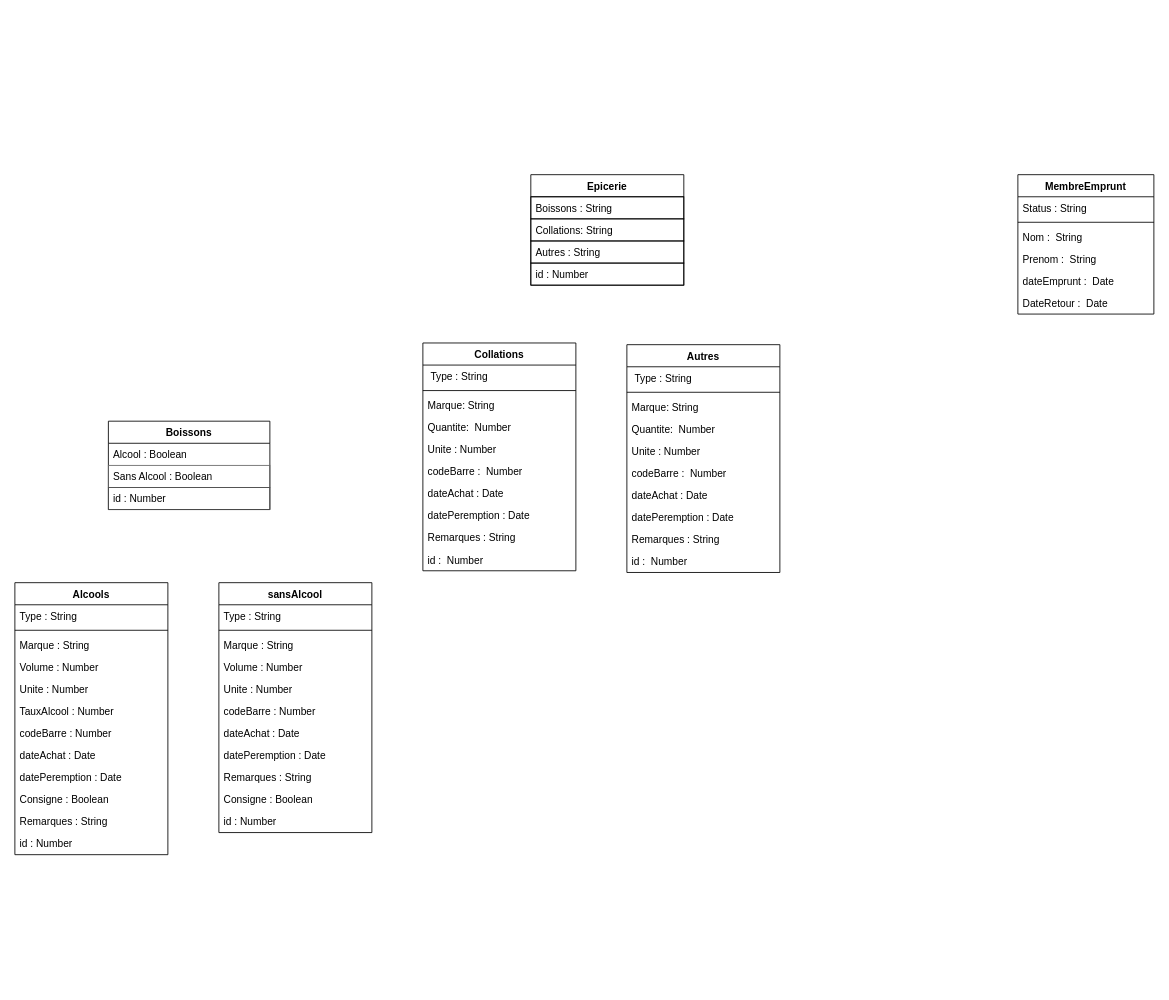
The draw.io diagram Untitled Diagram.drawio in Thomas088/db-inventory-lghs, before the edit. Source tidied: cells renumbered, new cells numbered last; positions are measured from the earlier drawing's top-left corner, leaving out a move shared by most shapes. Both pictures are drawn from the tidied source at 85%, with x=0, y=0 at pixel (14, 174).
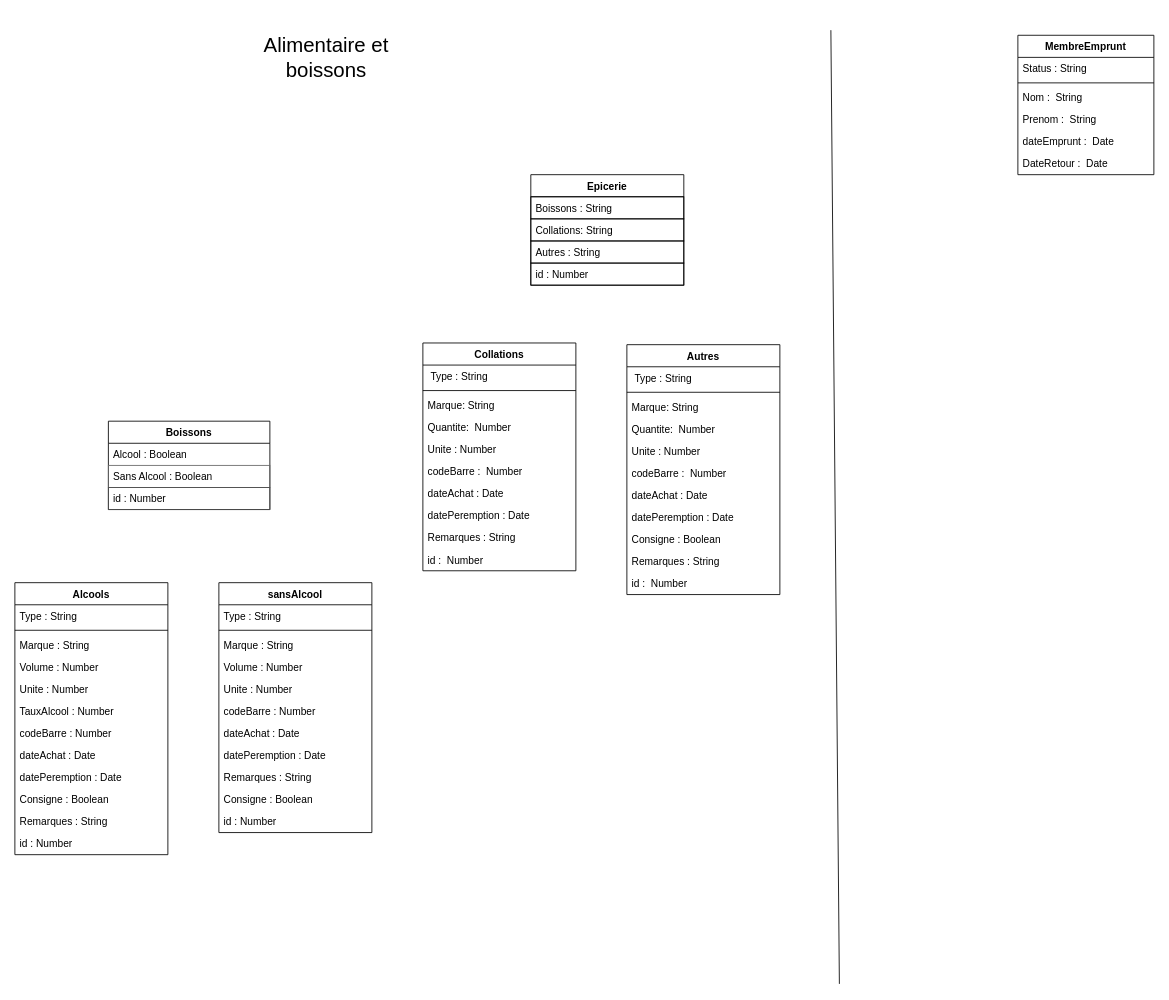
Above is the later version.

Commit message:
Mettre à jour Untitled Diagram.drawio

The edit, as a diff of the source:
```diff
@@
     <mxCell id="13" value="Autres" style="swimlane;fontStyle=1;align=center;verticalAlign=top;horizontal=1;startSize=26;" parent="1" vertex="1">
-      <mxGeometry x="720" y="200" width="180" height="268" as="geometry" />
+      <mxGeometry x="720" y="200" width="180" height="294" as="geometry" />
     </mxCell>
@@
+    <mxCell id="65" value="Consigne : Boolean" style="text;strokeColor=none;fillColor=none;align=left;verticalAlign=top;spacingLeft=4;spacingRight=4;overflow=hidden;" parent="13" vertex="1">
+      <mxGeometry y="216" width="180" height="26" as="geometry" />
+    </mxCell>
     <mxCell id="22" value="Remarques : String" style="text;strokeColor=none;fillColor=none;align=left;verticalAlign=top;spacingLeft=4;spacingRight=4;overflow=hidden;" parent="13" vertex="1">
-      <mxGeometry y="216" width="180" height="26" as="geometry" />
+      <mxGeometry y="242" width="180" height="26" as="geometry" />
     </mxCell>
     <mxCell id="23" value="id :  Number" style="text;strokeColor=none;fillColor=none;align=left;verticalAlign=top;spacingLeft=4;spacingRight=4;overflow=hidden;" parent="13" vertex="1">
-      <mxGeometry y="242" width="180" height="26" as="geometry" />
+      <mxGeometry y="268" width="180" height="26" as="geometry" />
     </mxCell>
@@
+    <mxCell id="66" style="endArrow=none;html=1;" parent="1" edge="1">
+      <mxGeometry relative="1" as="geometry">
+        <mxPoint x="970" y="952" as="sourcePoint" />
+        <mxPoint x="960" y="-170" as="targetPoint" />
+      </mxGeometry>
+    </mxCell>
+    <mxCell id="67" value="&lt;font style=&quot;font-size: 24px&quot;&gt;Alimentaire et boissons&lt;/font&gt;" style="text;html=1;strokeColor=none;fillColor=none;align=center;verticalAlign=middle;whiteSpace=wrap;rounded=0;" parent="1" vertex="1">
+      <mxGeometry x="253" y="-188" width="227" height="100" as="geometry" />
+    </mxCell>
     <mxCell id="58" value="MembreEmprunt" style="swimlane;fontStyle=1;align=center;verticalAlign=top;horizontal=1;startSize=26;" parent="1" vertex="1">
-      <mxGeometry x="1180" width="160" height="164" as="geometry" />
+      <mxGeometry x="1180" y="-164" width="160" height="164" as="geometry" />
     </mxCell>
```
